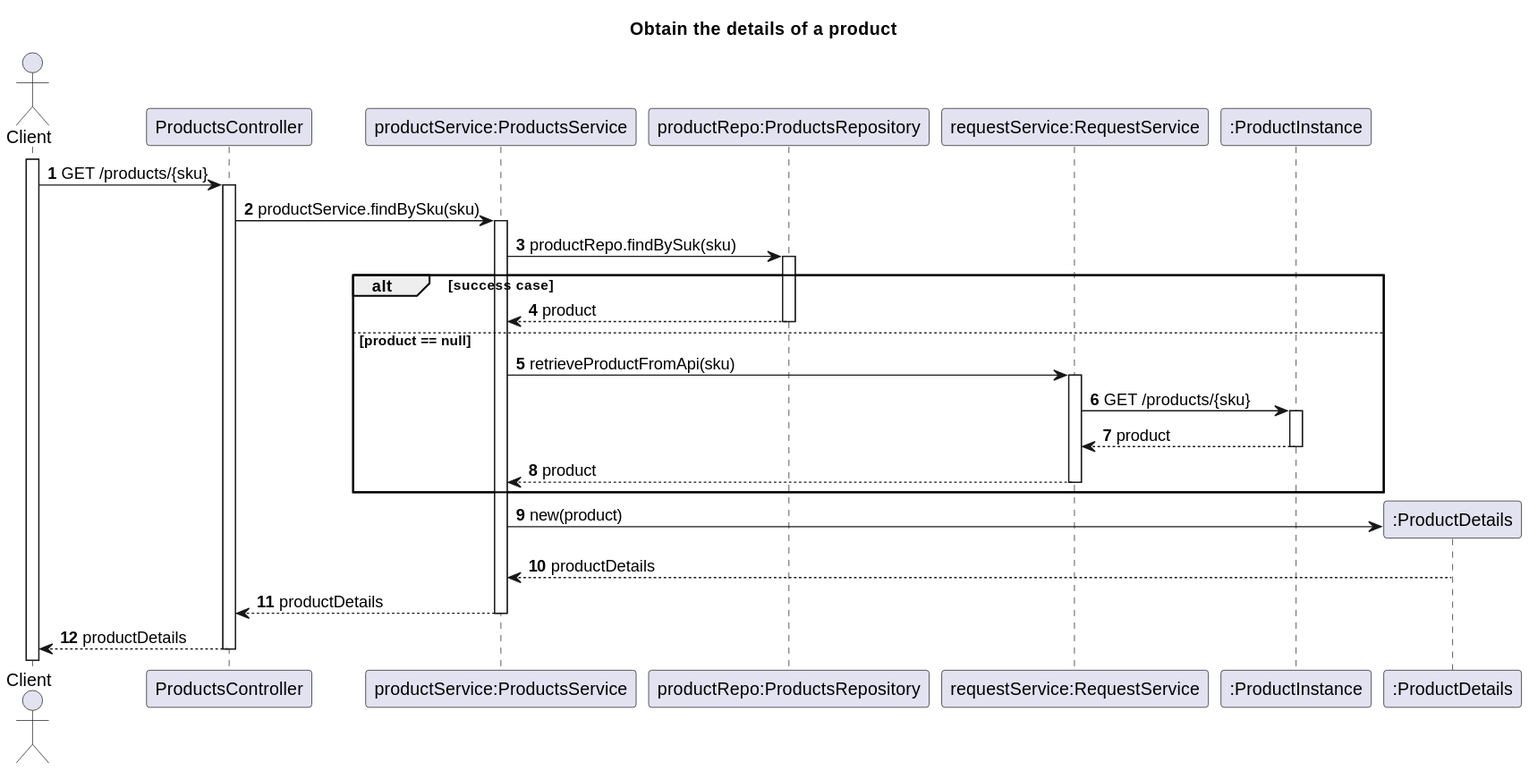
Above: Docs/US02-SD.svg in TiagoNora/SIDIS-Docs (PlantUML), before the change.
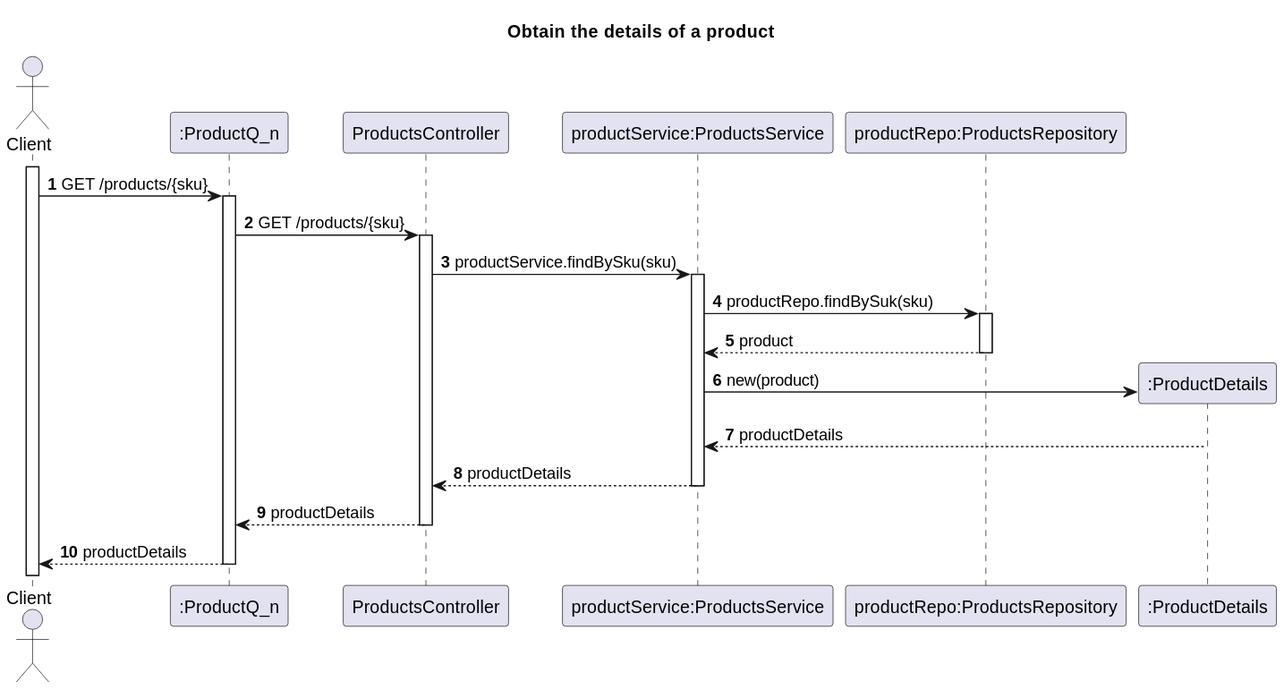
After the change.

The edit, as a diff of the source:
```diff
@@ -5,31 +5,30 @@
 autonumber
 
 actor "Client" as client
+participant ":ProductQ_n" as productQ
 participant "ProductsController" as controller
 participant "productService:ProductsService" as service
 participant "productRepo:ProductsRepository" as repository
-participant "requestService:RequestService" as request
-participant ":ProductInstance" as instance
 participant ":ProductDetails" as details
 
 activate client
 
-client -> controller: GET /products/{sku}
+client -> productQ: GET /products/{sku}
+productQ -> controller: GET /products/{sku}
 controller -> service : productService.findBySku(sku)
 service -> repository: productRepo.findBySuk(sku)
-alt success case
+
 repository --> service: product
-else product == null
-service -> request:retrieveProductFromApi(sku)
-request -> instance: GET /products/{sku}
-instance --> request: product
-request --> service: product
-end
+
+
+
+
 
 service -> details**: new(product)
 details --> service: productDetails
 service --> controller: productDetails
-controller --> client: productDetails
+controller --> productQ: productDetails
+productQ --> client: productDetails
 
 
 @enduml
```
